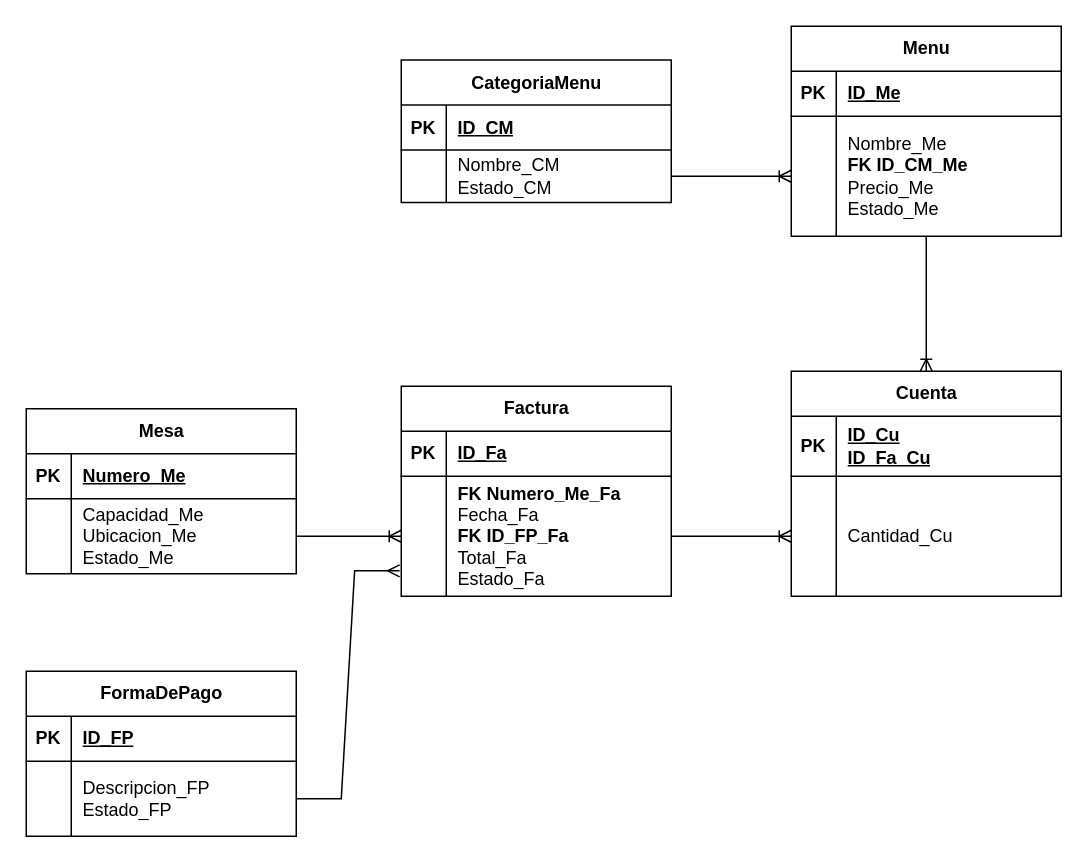
Earlier version of the draw.io diagram ElPatio (1).drawio (LeonardoGil2002/AppRestaurante). Source tidied: cells renumbered, new cells numbered last; positions are measured from the earlier drawing's top-left corner, leaving out a move shared by most shapes. Both pictures are drawn from the tidied source at 150%, with x=0, y=0 at pixel (26, 26).
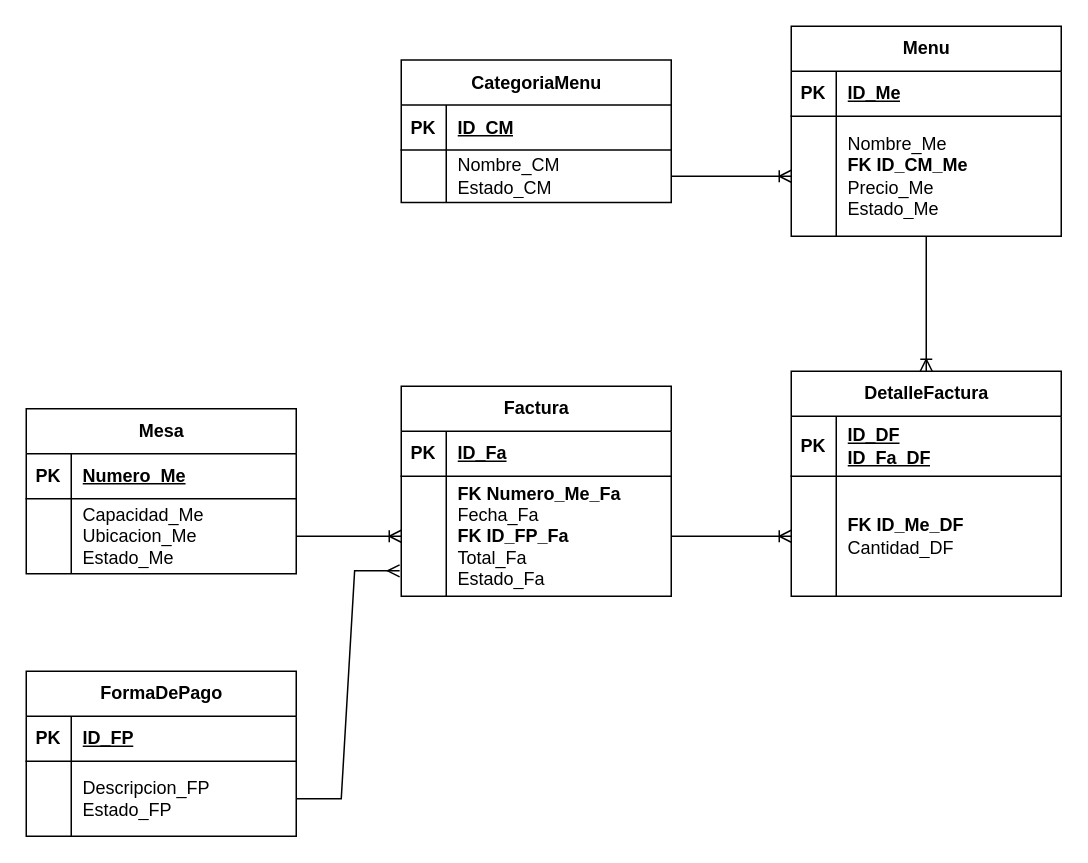
Above is the later version.

Unchanged cells that the change refers to:
```xml
<mxCell id="24" style="shape=tableRow;horizontal=0;startSize=0;swimlaneHead=0;swimlaneBody=0;fillColor=none;top=0;left=0;right=0;bottom=1;" parent="23" vertex="1">
  <mxGeometry y="30" width="180" height="40" as="geometry" />
</mxCell>
<mxCell id="27" style="shape=tableRow;horizontal=0;startSize=0;swimlaneHead=0;swimlaneBody=0;fillColor=none;points=[[0,0.5],[1,0.5]];portConstraint=eastwest;top=0;left=0;right=0;bottom=0;" parent="23" vertex="1">
  <mxGeometry y="70" width="180" height="80" as="geometry" />
</mxCell>
```

Change to the diagram source:
```diff
@@
-    <mxCell id="23" value="Cuenta" style="shape=table;startSize=30;childLayout=tableLayout;rowLines=0;fontStyle=1;align=center;html=1;" parent="1" vertex="1">
+    <mxCell id="23" value="DetalleFactura" style="shape=table;startSize=30;childLayout=tableLayout;rowLines=0;fontStyle=1;align=center;html=1;" parent="1" vertex="1">
       <mxGeometry x="510" y="230" width="180" height="150" as="geometry" />
     </mxCell>
@@
-    <mxCell id="26" value="&lt;div&gt;ID_Cu&lt;/div&gt;ID_Fa_Cu" style="shape=partialRectangle;fillColor=none;top=0;left=0;bottom=0;right=0;align=left;spacingLeft=6;fontStyle=5;overflow=hidden;whiteSpace=wrap;html=1;" parent="24" vertex="1">
+    <mxCell id="26" value="&lt;div&gt;ID_DF&lt;/div&gt;ID_Fa_DF" style="shape=partialRectangle;fillColor=none;top=0;left=0;bottom=0;right=0;align=left;spacingLeft=6;fontStyle=5;overflow=hidden;whiteSpace=wrap;html=1;" parent="24" vertex="1">
       <mxGeometry x="30" width="150" height="40" as="geometry" />
     </mxCell>
@@
-    <mxCell id="29" value="&lt;div&gt;&lt;span style=&quot;background-color: initial;&quot;&gt;Cantidad_Cu&lt;/span&gt;&lt;br&gt;&lt;/div&gt;" style="shape=partialRectangle;fillColor=none;top=0;left=0;bottom=0;right=0;align=left;spacingLeft=6;overflow=hidden;whiteSpace=wrap;html=1;" parent="27" vertex="1">
+    <mxCell id="29" value="&lt;div&gt;&lt;b&gt;FK ID_Me_DF&lt;/b&gt;&lt;/div&gt;&lt;div&gt;&lt;span style=&quot;background-color: initial;&quot;&gt;Cantidad_DF&lt;/span&gt;&lt;br&gt;&lt;/div&gt;" style="shape=partialRectangle;fillColor=none;top=0;left=0;bottom=0;right=0;align=left;spacingLeft=6;overflow=hidden;whiteSpace=wrap;html=1;" parent="27" vertex="1">
       <mxGeometry x="30" width="150" height="80" as="geometry" />
     </mxCell>
```
